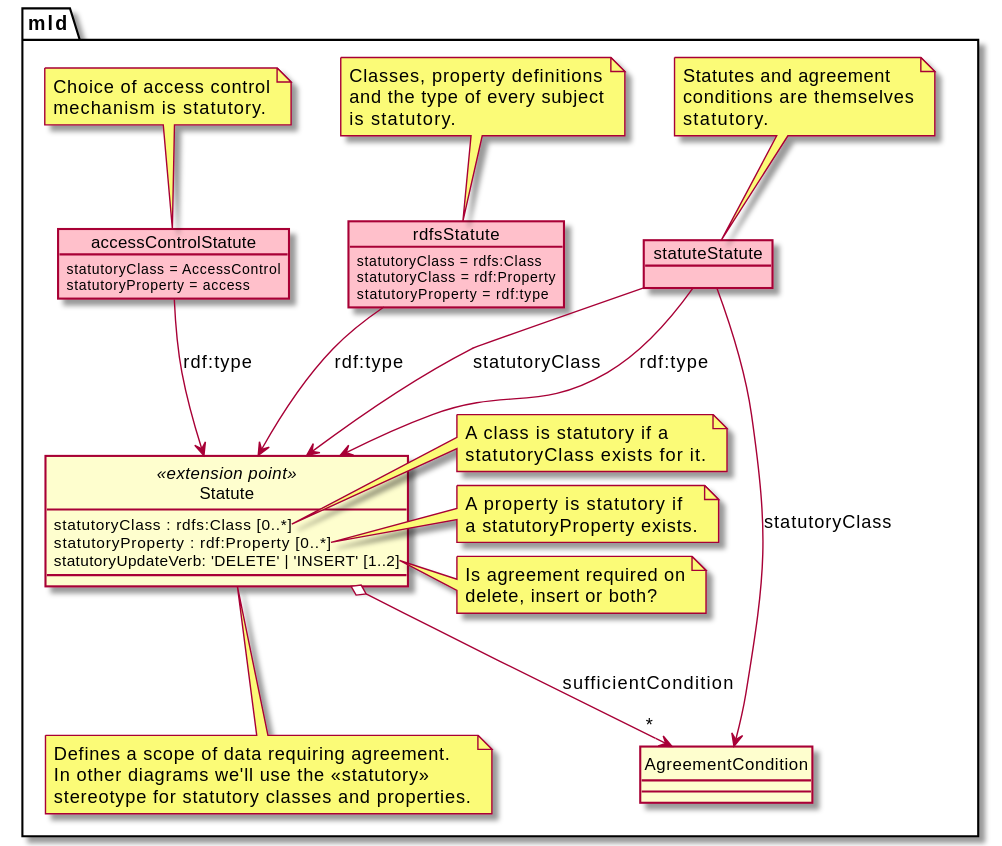
Before: design/img/statute.class.svg, a diagram exported from PlantUML (m-ld/m-ld-security-spec). Source of this version:
```plantuml
@startuml

hide circle

skinparam object {
  BackgroundColor Pink
}

package mld {

class Statute <<extension point>> {
  statutoryClass : rdfs:Class [0..*]
  statutoryProperty : rdf:Property [0..*]
  statutoryUpdateVerb: 'DELETE' | 'INSERT' [1..2]
}
note bottom
Defines a scope of data requiring agreement.
In other diagrams we'll use the <<statutory>>
stereotype for statutory classes and properties.
end note
note right of Statute::statutoryClass
A class is statutory if a
statutoryClass exists for it.
end note
note right of Statute::statutoryProperty
A property is statutory if
a statutoryProperty exists.
end note
note right of Statute::statutoryUpdateVerb
Is agreement required on
delete, insert or both?
end note

Statute o--> "*" AgreementCondition : sufficientCondition

object statuteStatute
note top
Statutes and agreement
conditions are themselves
statutory.
end note
statuteStatute --> Statute : statutoryClass
statuteStatute --> Statute : rdf:type
statuteStatute --> AgreementCondition : statutoryClass

object rdfsStatute {
  statutoryClass = rdfs:Class
  statutoryClass = rdf:Property
  statutoryProperty = rdf:type
}
note top
  Classes, property definitions
  and the type of every subject
  is statutory.
end note
rdfsStatute --> Statute : rdf:type

object accessControlStatute {
  statutoryClass = AccessControl
  statutoryProperty = access
}
note top
  Choice of access control
  mechanism is statutory.
end note
accessControlStatute --> Statute : rdf:type

}
@enduml
```
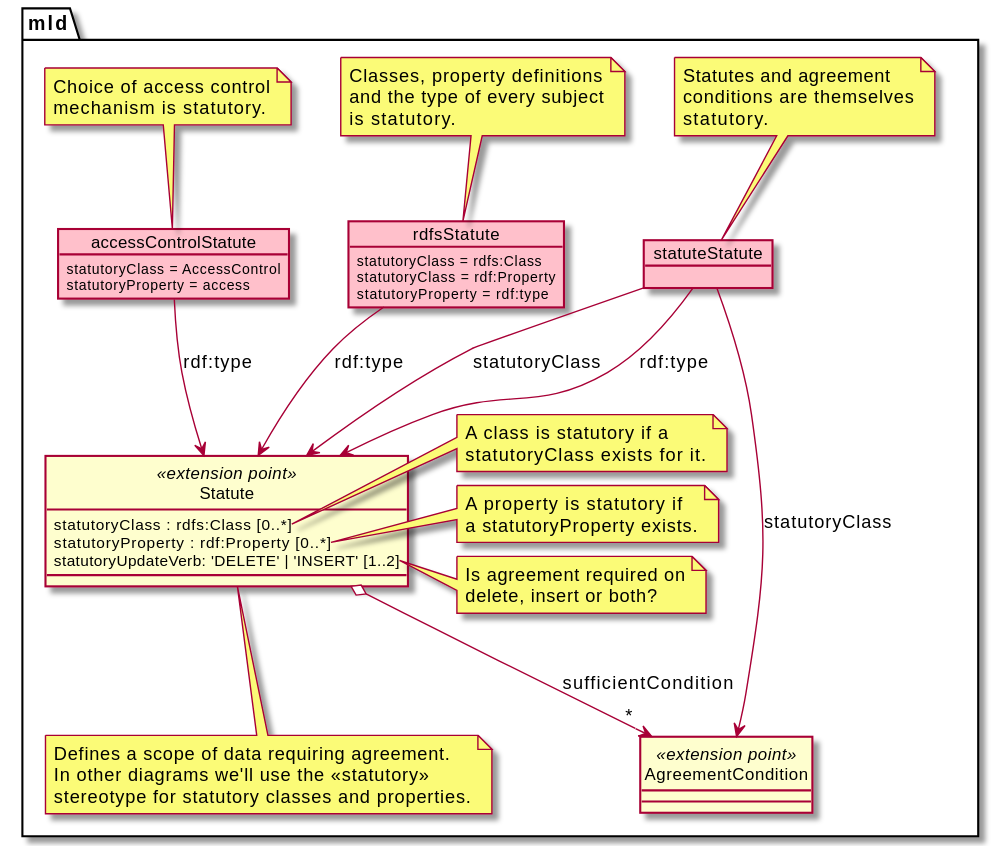
Above is the later version.

Diff of the diagram source:
```diff
@@ -30,6 +30,8 @@
 Is agreement required on
 delete, insert or both?
 end note
+
+class AgreementCondition <<extension point>>
 
 Statute o--> "*" AgreementCondition : sufficientCondition
 
```
